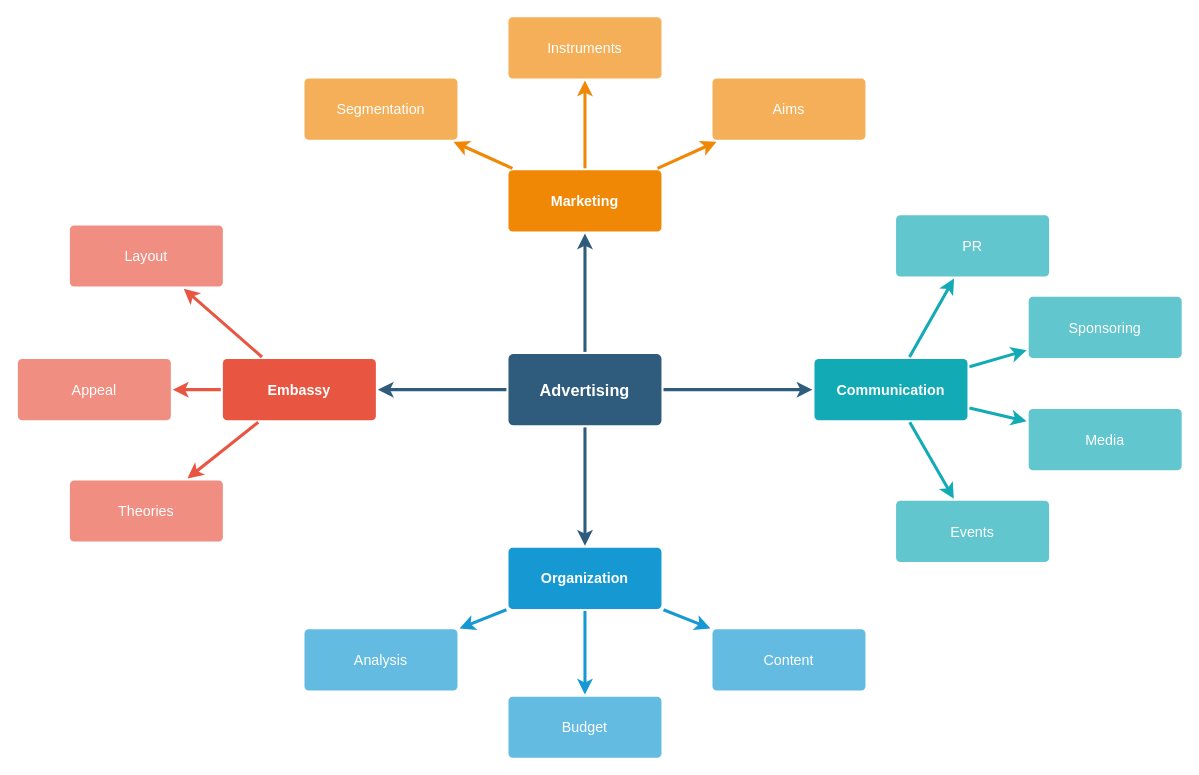
Earlier version of the draw.io diagram src/draw/机器学习算法汇总.drawio (liulizhong/LearnAccumulate). Source tidied: cells renumbered, new cells numbered last; positions are measured from the earlier drawing's top-left corner, leaving out a move shared by most shapes. Both pictures are drawn from the tidied source at 102%, with x=0, y=0 at pixel (17, 16).
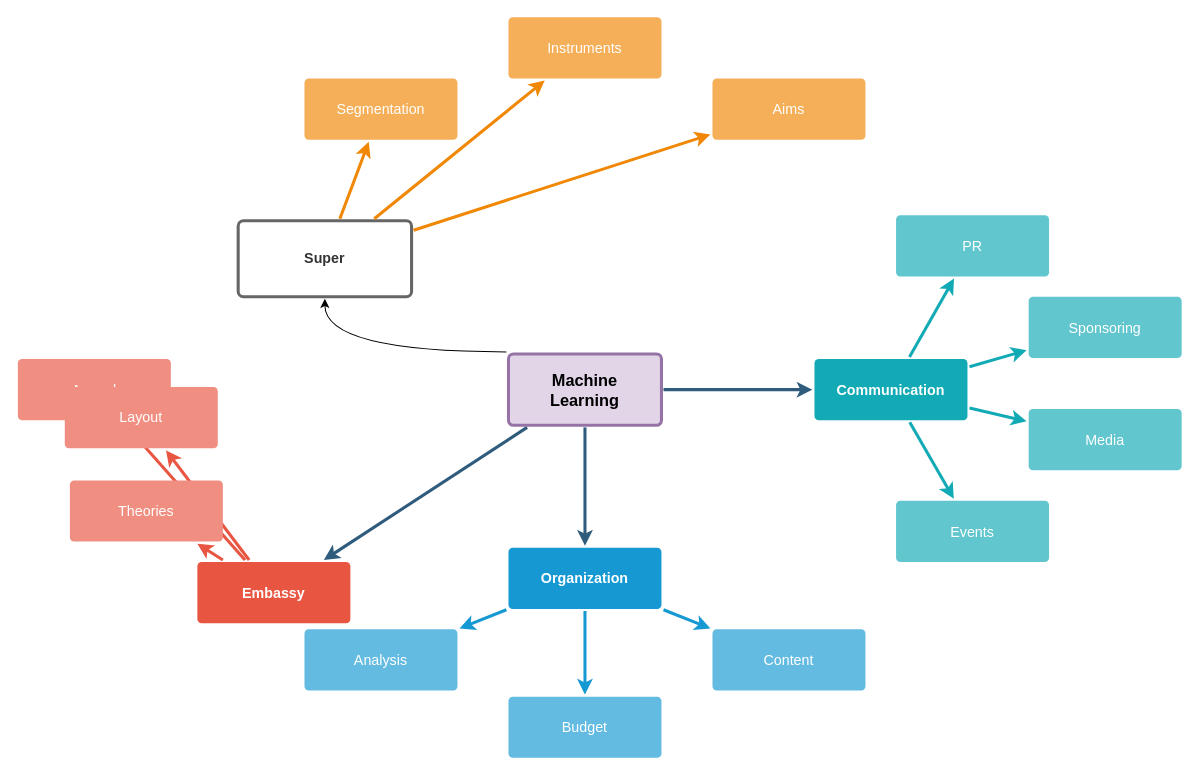
The same page after the edit.

Commit message:
更新机器学习算法汇总.drawio

Change to the diagram source:
```diff
@@
-    <mxCell id="2" style="edgeStyle=none;rounded=0;jumpStyle=none;html=1;shadow=0;labelBackgroundColor=none;startArrow=none;startFill=0;endArrow=classic;endFill=1;jettySize=auto;strokeColor=#2F5B7C;strokeWidth=3;fontFamily=Helvetica;fontSize=16;fontColor=#23445D;spacing=5;" parent="1" edge="1" source="6" target="21">
-      <mxGeometry relative="1" as="geometry" />
-    </mxCell>
@@
+    <mxCell id="2" style="edgeStyle=orthogonalEdgeStyle;curved=1;jettySize=auto;html=1;exitX=0;exitY=0;exitDx=0;exitDy=0;fontSize=16;fontColor=#FFFFFF;" parent="1" edge="1" source="6" target="21">
+      <mxGeometry relative="1" as="geometry" />
+    </mxCell>
-    <mxCell id="6" value="Advertising" style="rounded=1;whiteSpace=wrap;html=1;shadow=0;labelBackgroundColor=none;strokeColor=none;strokeWidth=3;fillColor=#2F5B7C;fontFamily=Helvetica;fontSize=16;fontColor=#FFFFFF;align=center;fontStyle=1;spacing=5;arcSize=7;perimeterSpacing=2;" parent="1" vertex="1">
+    <mxCell id="6" value="Machine&lt;br&gt;Learning" style="rounded=1;whiteSpace=wrap;html=1;shadow=0;labelBackgroundColor=none;strokeColor=#9673a6;strokeWidth=3;fillColor=#e1d5e7;fontFamily=Helvetica;fontSize=16;align=center;fontStyle=1;spacing=5;arcSize=7;perimeterSpacing=2;" parent="1" vertex="1">
       <mxGeometry x="481" y="330.5" width="150" height="70" as="geometry" />
     </mxCell>
@@
     <mxCell id="10" value="Embassy" style="rounded=1;whiteSpace=wrap;html=1;shadow=0;labelBackgroundColor=none;strokeColor=none;strokeWidth=3;fillColor=#e85642;fontFamily=Helvetica;fontSize=14;fontColor=#FFFFFF;align=center;spacing=5;fontStyle=1;arcSize=7;perimeterSpacing=2;" parent="1" vertex="1">
-      <mxGeometry x="201" y="335.5" width="150" height="60" as="geometry" />
+      <mxGeometry x="176" y="534.5" width="150" height="60" as="geometry" />
     </mxCell>
@@
     <mxCell id="13" value="Layout" style="rounded=1;whiteSpace=wrap;html=1;shadow=0;labelBackgroundColor=none;strokeColor=none;strokeWidth=3;fillColor=#f08e81;fontFamily=Helvetica;fontSize=14;fontColor=#FFFFFF;align=center;spacing=5;fontStyle=0;arcSize=7;perimeterSpacing=2;" parent="1" vertex="1">
-      <mxGeometry x="51" y="204.5" width="150" height="60" as="geometry" />
+      <mxGeometry x="46" y="363" width="150" height="60" as="geometry" />
     </mxCell>
@@
-    <mxCell id="21" value="Marketing" style="rounded=1;whiteSpace=wrap;html=1;shadow=0;labelBackgroundColor=none;strokeColor=none;strokeWidth=3;fillColor=#F08705;fontFamily=Helvetica;fontSize=14;fontColor=#FFFFFF;align=center;spacing=5;fontStyle=1;arcSize=7;perimeterSpacing=2;" parent="1" vertex="1">
-      <mxGeometry x="481" y="150.5" width="150" height="60" as="geometry" />
+    <mxCell id="21" value="Super" style="rounded=1;whiteSpace=wrap;html=1;shadow=0;labelBackgroundColor=none;strokeColor=#666666;strokeWidth=3;fontFamily=Helvetica;fontSize=14;fontColor=#333333;align=center;spacing=5;fontStyle=1;arcSize=7;perimeterSpacing=2;" parent="1" vertex="1">
+      <mxGeometry x="216" y="200" width="170" height="74.5" as="geometry" />
     </mxCell>
```
